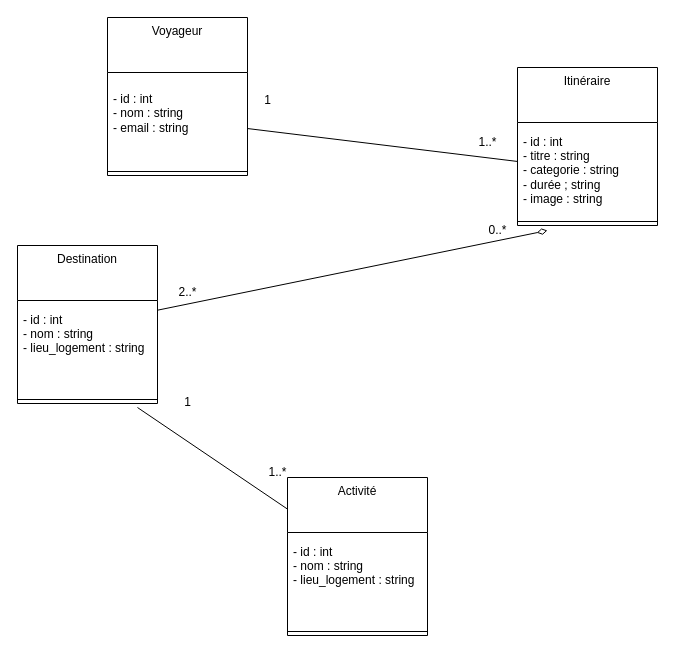
Before: UML/classDiagram.drawio in mo24ali/MarocExplore, a draw.io diagram. Source tidied: cells renumbered, new cells numbered last; positions are measured from the earlier drawing's top-left corner, leaving out a move shared by most shapes. Both pictures are drawn from the tidied source at 100%, with x=0, y=0 at pixel (17, 17).
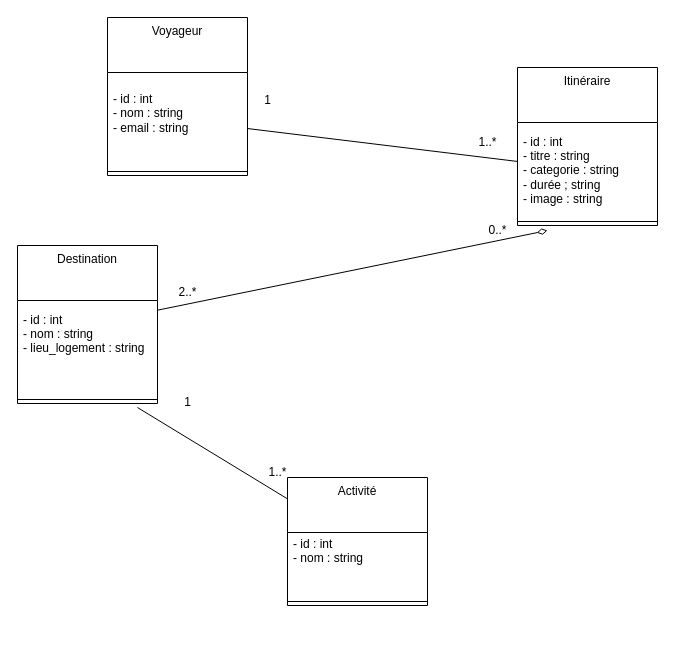
Above is the later version.

What changed in the source:
```diff
@@
     <mxCell id="15" value="Activité" style="swimlane;fontStyle=0;align=center;verticalAlign=top;horizontal=1;startSize=55;html=1;whiteSpace=wrap;" parent="1" vertex="1">
-      <mxGeometry x="270" y="460" width="140" height="158" as="geometry" />
+      <mxGeometry x="270" y="460" width="140" height="128" as="geometry" />
     </mxCell>
-    <mxCell id="16" value="- id : int&lt;div&gt;- nom : string&lt;/div&gt;&lt;div&gt;- lieu_logement : string&lt;/div&gt;&lt;div&gt;&lt;br&gt;&lt;/div&gt;&lt;div&gt;&lt;br&gt;&lt;/div&gt;" style="text;html=1;strokeColor=none;fillColor=none;align=left;verticalAlign=middle;spacingLeft=4;spacingRight=4;overflow=hidden;whiteSpace=wrap;" parent="15" vertex="1">
-      <mxGeometry y="55" width="140" height="95" as="geometry" />
+    <mxCell id="16" value="- id : int&lt;div&gt;- nom : string&lt;/div&gt;&lt;div&gt;&lt;br&gt;&lt;/div&gt;&lt;div&gt;&lt;br&gt;&lt;/div&gt;" style="text;html=1;strokeColor=none;fillColor=none;align=left;verticalAlign=middle;spacingLeft=4;spacingRight=4;overflow=hidden;whiteSpace=wrap;" parent="15" vertex="1">
+      <mxGeometry y="55" width="140" height="65" as="geometry" />
     </mxCell>
     <mxCell id="17" style="line;strokeWidth=1;fillColor=none;align=left;verticalAlign=middle;spacingTop=-1;spacingLeft=3;spacingRight=3;labelPosition=right;" parent="15" vertex="1">
-      <mxGeometry y="150" width="140" height="8" as="geometry" />
+      <mxGeometry y="120" width="140" height="8" as="geometry" />
     </mxCell>
```
